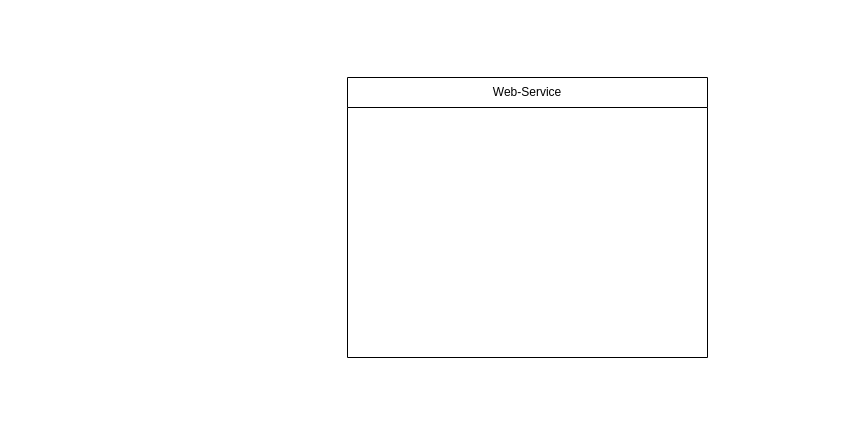
Earlier version of the draw.io diagram Диаграмма без названия.drawio (egorka-angelskiy/EPA). Source tidied: cells renumbered, new cells numbered last; positions are measured from the earlier drawing's top-left corner, leaving out a move shared by most shapes. Both pictures are drawn from the tidied source at 100%, with x=0, y=0 at pixel (347, 77).
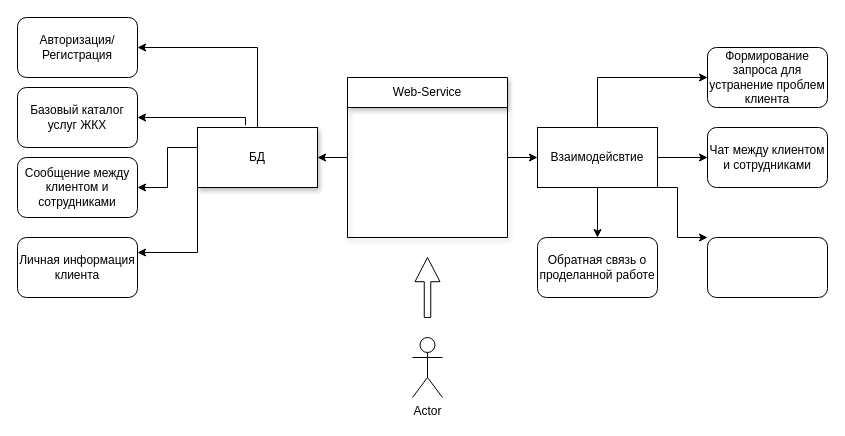
Above is the later version.

What changed in the source:
```diff
@@
+    <mxCell id="3" style="edgeStyle=orthogonalEdgeStyle;rounded=0;jettySize=auto;html=1;" parent="1" edge="1" source="2" target="11">
+      <mxGeometry relative="1" as="geometry" />
+    </mxCell>
+    <mxCell id="4" style="edgeStyle=orthogonalEdgeStyle;rounded=0;jettySize=auto;html=1;entryX=0;entryY=0.5;entryDx=0;entryDy=0;" parent="1" edge="1" source="2" target="20">
+      <mxGeometry relative="1" as="geometry" />
+    </mxCell>
-    <mxCell id="2" value="Web-Service" style="swimlane;fontStyle=0;horizontal=1;startSize=30;whiteSpace=wrap;html=1;" parent="1" vertex="1">
-      <mxGeometry width="360" height="280" as="geometry" />
+    <mxCell id="2" value="Web-Service" style="swimlane;fontStyle=0;horizontal=1;startSize=30;whiteSpace=wrap;html=1;shadow=1;points=[[0,0,0,0,0],[0,0.25,0,0,0],[0,0.33,0,0,0],[0,0.5,0,0,0],[0,0.67,0,0,0],[0,0.75,0,0,0],[0,1,0,0,0],[0.25,0,0,0,0],[0.25,1,0,0,0],[0.5,0,0,0,0],[0.5,1,0,0,0],[0.75,0,0,0,0],[0.75,1,0,0,0],[1,0,0,0,0],[1,0.25,0,0,0],[1,0.5,0,0,0],[1,0.75,0,0,0],[1,1,0,0,0]];" parent="1" vertex="1">
+      <mxGeometry width="160" height="160" as="geometry" />
     </mxCell>
+    <mxCell id="5" value="Actor" style="shape=umlActor;verticalLabelPosition=bottom;verticalAlign=top;html=1;" parent="1" vertex="1">
+      <mxGeometry x="65" y="260" width="30" height="60" as="geometry" />
+    </mxCell>
+    <mxCell id="6" style="html=1;shadow=0;dashed=0;align=center;verticalAlign=middle;shape=mxgraph.arrows2.arrow;dy=0.74;dx=24.19;direction=north;notch=0;" parent="1" vertex="1">
+      <mxGeometry x="67.5" y="180" width="25" height="60" as="geometry" />
+    </mxCell>
+    <mxCell id="7" style="edgeStyle=orthogonalEdgeStyle;rounded=0;jettySize=auto;html=1;exitX=0.5;exitY=0;exitDx=0;exitDy=0;entryX=1;entryY=0.5;entryDx=0;entryDy=0;" parent="1" edge="1" source="11" target="12">
+      <mxGeometry relative="1" as="geometry" />
+    </mxCell>
+    <mxCell id="8" style="edgeStyle=orthogonalEdgeStyle;rounded=0;jettySize=auto;html=1;entryX=1;entryY=0.5;entryDx=0;entryDy=0;exitX=0.4;exitY=-0.037;exitDx=0;exitDy=0;exitPerimeter=0;" parent="1" edge="1" source="11" target="13">
+      <mxGeometry relative="1" as="geometry">
+        <Array as="points">
+          <mxPoint x="-102" y="40" />
+        </Array>
+      </mxGeometry>
+    </mxCell>
+    <mxCell id="9" style="edgeStyle=orthogonalEdgeStyle;rounded=0;jettySize=auto;html=1;entryX=1;entryY=0.5;entryDx=0;entryDy=0;exitX=0;exitY=0;exitDx=0;exitDy=0;" parent="1" edge="1" source="11" target="14">
+      <mxGeometry relative="1" as="geometry">
+        <Array as="points">
+          <mxPoint x="-150" y="70" />
+          <mxPoint x="-180" y="70" />
+          <mxPoint x="-180" y="110" />
+        </Array>
+      </mxGeometry>
+    </mxCell>
+    <mxCell id="10" style="edgeStyle=orthogonalEdgeStyle;rounded=0;jettySize=auto;html=1;exitX=0;exitY=1;exitDx=0;exitDy=0;entryX=1;entryY=0.25;entryDx=0;entryDy=0;" parent="1" edge="1" source="11" target="15">
+      <mxGeometry relative="1" as="geometry">
+        <Array as="points">
+          <mxPoint x="-150" y="175" />
+        </Array>
+      </mxGeometry>
+    </mxCell>
+    <mxCell id="11" value="БД" style="whiteSpace=wrap;html=1;fontStyle=0;startSize=30;shadow=1;" parent="1" vertex="1">
+      <mxGeometry x="-150" y="50" width="120" height="60" as="geometry" />
+    </mxCell>
+    <mxCell id="12" value="Авторизация/Регистрация" style="rounded=1;whiteSpace=wrap;html=1;" parent="1" vertex="1">
+      <mxGeometry x="-330" y="-60" width="120" height="60" as="geometry" />
+    </mxCell>
+    <mxCell id="13" value="Базовый каталог услуг ЖКХ" style="rounded=1;whiteSpace=wrap;html=1;" parent="1" vertex="1">
+      <mxGeometry x="-330" y="10" width="120" height="60" as="geometry" />
+    </mxCell>
+    <mxCell id="14" value="Сообщение между клиентом и сотрудниками" style="rounded=1;whiteSpace=wrap;html=1;" parent="1" vertex="1">
+      <mxGeometry x="-330" y="80" width="120" height="60" as="geometry" />
+    </mxCell>
+    <mxCell id="15" value="Личная информация клиента" style="rounded=1;whiteSpace=wrap;html=1;" parent="1" vertex="1">
+      <mxGeometry x="-330" y="160" width="120" height="60" as="geometry" />
+    </mxCell>
+    <mxCell id="16" style="edgeStyle=orthogonalEdgeStyle;rounded=0;jettySize=auto;html=1;exitX=1;exitY=0.5;exitDx=0;exitDy=0;entryX=0;entryY=0.5;entryDx=0;entryDy=0;" parent="1" edge="1" source="20" target="21">
+      <mxGeometry relative="1" as="geometry" />
+    </mxCell>
+    <mxCell id="17" style="edgeStyle=orthogonalEdgeStyle;rounded=0;jettySize=auto;html=1;exitX=0.5;exitY=0;exitDx=0;exitDy=0;entryX=0;entryY=0.5;entryDx=0;entryDy=0;" parent="1" edge="1" source="20" target="22">
+      <mxGeometry relative="1" as="geometry" />
+    </mxCell>
+    <mxCell id="18" style="edgeStyle=orthogonalEdgeStyle;rounded=0;jettySize=auto;html=1;exitX=0.5;exitY=1;exitDx=0;exitDy=0;" parent="1" edge="1" source="20" target="23">
+      <mxGeometry relative="1" as="geometry" />
+    </mxCell>
+    <mxCell id="19" style="edgeStyle=orthogonalEdgeStyle;rounded=0;jettySize=auto;html=1;exitX=1;exitY=1;exitDx=0;exitDy=0;entryX=0;entryY=0;entryDx=0;entryDy=0;" parent="1" edge="1" source="20" target="24">
+      <mxGeometry relative="1" as="geometry">
+        <Array as="points">
+          <mxPoint x="330" y="110" />
+          <mxPoint x="330" y="160" />
+        </Array>
+      </mxGeometry>
+    </mxCell>
+    <mxCell id="20" value="Взаимодейсвтие" style="rounded=0;whiteSpace=wrap;html=1;" parent="1" vertex="1">
+      <mxGeometry x="190" y="50" width="120" height="60" as="geometry" />
+    </mxCell>
+    <mxCell id="21" value="Чат между клиентом&lt;br&gt;и сотрудниками" style="rounded=1;whiteSpace=wrap;html=1;" parent="1" vertex="1">
+      <mxGeometry x="360" y="50" width="120" height="60" as="geometry" />
+    </mxCell>
+    <mxCell id="22" value="Формирование запроса для устранение проблем клиента" style="rounded=1;whiteSpace=wrap;html=1;" parent="1" vertex="1">
+      <mxGeometry x="360" y="-30" width="120" height="60" as="geometry" />
+    </mxCell>
+    <mxCell id="23" value="Обратная связь о проделанной работе" style="rounded=1;whiteSpace=wrap;html=1;" parent="1" vertex="1">
+      <mxGeometry x="190" y="160" width="120" height="60" as="geometry" />
+    </mxCell>
+    <mxCell id="24" style="rounded=1;whiteSpace=wrap;html=1;" parent="1" vertex="1">
+      <mxGeometry x="360" y="160" width="120" height="60" as="geometry" />
+    </mxCell>
```
